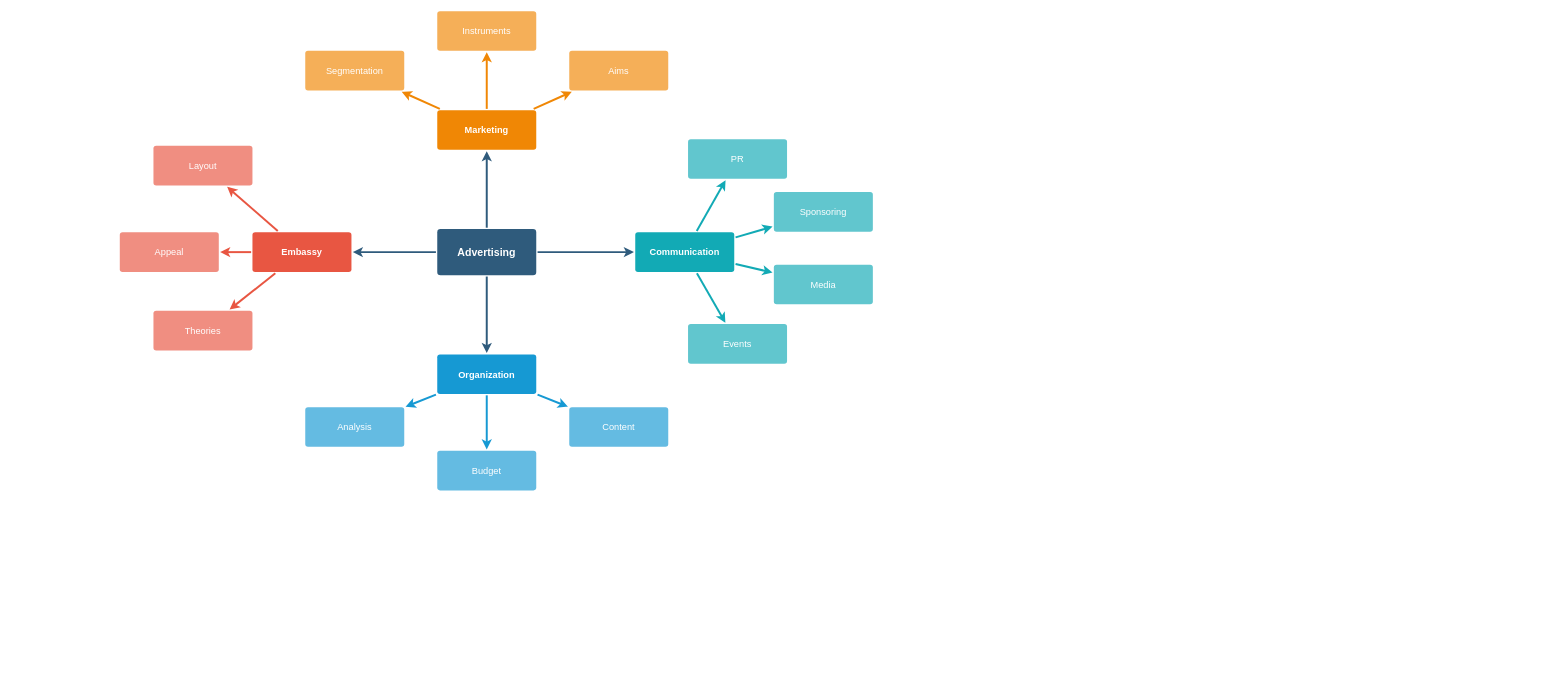
Before: 3d.drawio in Harekaze-Misakiakeno/uml, a draw.io diagram. Source tidied: cells renumbered, new cells numbered last; positions are measured from the earlier drawing's top-left corner, leaving out a move shared by most shapes. Both pictures are drawn from the tidied source at 66%, with x=0, y=0 at pixel (119, 11).
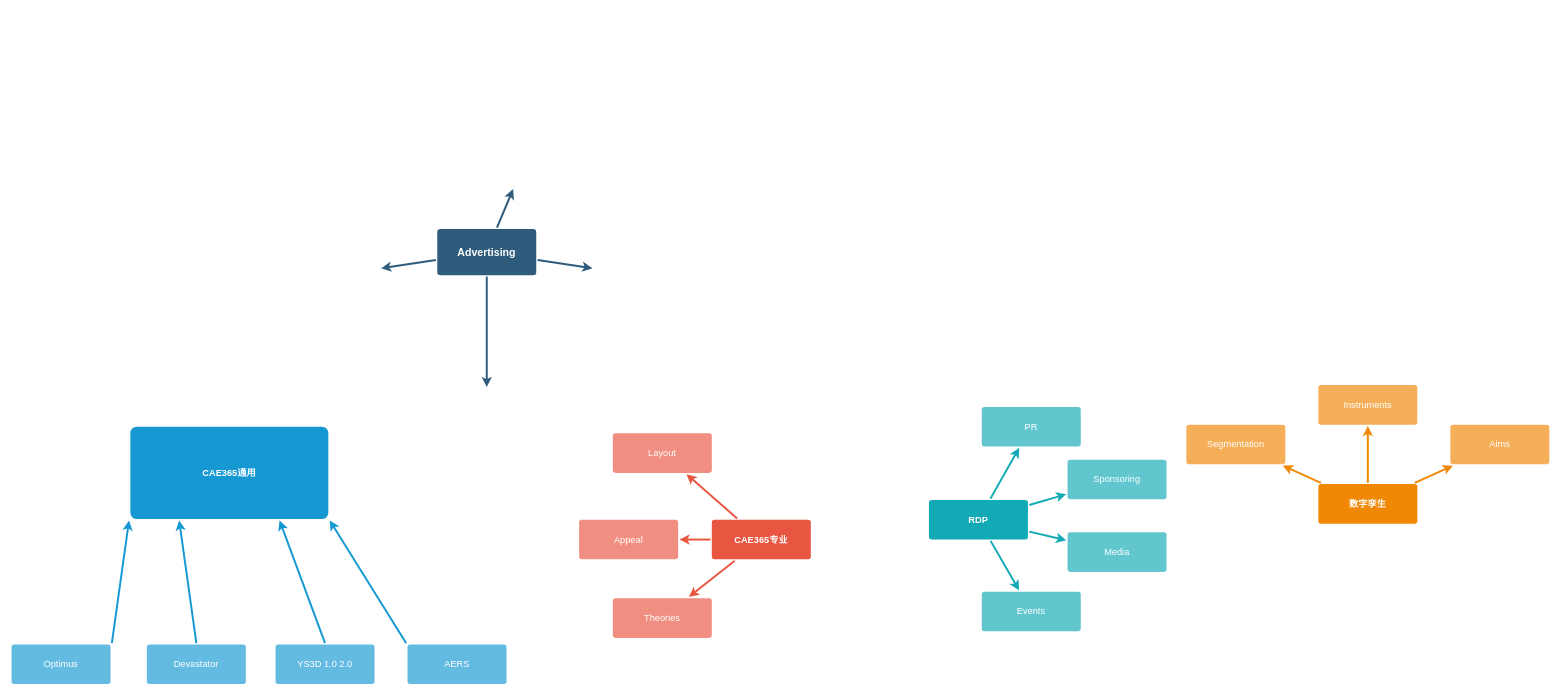
The same diagram, later.

The change refers to these unchanged cells:
```xml
<mxCell id="6" value="Advertising" style="rounded=1;whiteSpace=wrap;html=1;shadow=0;labelBackgroundColor=none;strokeColor=none;strokeWidth=3;fillColor=#2F5B7C;fontFamily=Helvetica;fontSize=16;fontColor=#FFFFFF;align=center;fontStyle=1;spacing=5;arcSize=7;perimeterSpacing=2;" parent="1" vertex="1">
  <mxGeometry x="481" y="330.5" width="150" height="70" as="geometry" />
</mxCell>
```

What changed in the source:
```diff
@@
-    <mxCell id="2" style="edgeStyle=none;rounded=0;jumpStyle=none;html=1;shadow=0;labelBackgroundColor=none;startArrow=none;startFill=0;endArrow=classic;endFill=1;jettySize=auto;strokeColor=#2F5B7C;strokeWidth=3;fontFamily=Helvetica;fontSize=16;fontColor=#23445D;spacing=5;" parent="1" edge="1" source="6" target="21">
-      <mxGeometry relative="1" as="geometry" />
+    <mxCell id="2" style="edgeStyle=none;rounded=0;jumpStyle=none;html=1;shadow=0;labelBackgroundColor=none;startArrow=none;startFill=0;endArrow=classic;endFill=1;jettySize=auto;strokeColor=#2F5B7C;strokeWidth=3;fontFamily=Helvetica;fontSize=16;fontColor=#23445D;spacing=5;" parent="1" edge="1" source="6">
+      <mxGeometry relative="1" as="geometry">
+        <mxPoint x="596" y="270" as="targetPoint" />
+      </mxGeometry>
     </mxCell>
-    <mxCell id="3" style="edgeStyle=none;rounded=0;jumpStyle=none;html=1;shadow=0;labelBackgroundColor=none;startArrow=none;startFill=0;endArrow=classic;endFill=1;jettySize=auto;strokeColor=#2F5B7C;strokeWidth=3;fontFamily=Helvetica;fontSize=16;fontColor=#23445D;spacing=5;" parent="1" edge="1" source="6" target="28">
-      <mxGeometry relative="1" as="geometry" />
+    <mxCell id="3" style="edgeStyle=none;rounded=0;jumpStyle=none;html=1;shadow=0;labelBackgroundColor=none;startArrow=none;startFill=0;endArrow=classic;endFill=1;jettySize=auto;strokeColor=#2F5B7C;strokeWidth=3;fontFamily=Helvetica;fontSize=16;fontColor=#23445D;spacing=5;" parent="1" edge="1" source="6">
+      <mxGeometry relative="1" as="geometry">
+        <mxPoint x="716" y="390" as="targetPoint" />
+      </mxGeometry>
     </mxCell>
-    <mxCell id="4" style="edgeStyle=none;rounded=0;jumpStyle=none;html=1;shadow=0;labelBackgroundColor=none;startArrow=none;startFill=0;endArrow=classic;endFill=1;jettySize=auto;strokeColor=#2F5B7C;strokeWidth=3;fontFamily=Helvetica;fontSize=16;fontColor=#23445D;spacing=5;" parent="1" edge="1" source="6" target="17">
-      <mxGeometry relative="1" as="geometry" />
+    <mxCell id="4" style="edgeStyle=none;rounded=0;jumpStyle=none;html=1;shadow=0;labelBackgroundColor=none;startArrow=none;startFill=0;endArrow=classic;endFill=1;jettySize=auto;strokeColor=#2F5B7C;strokeWidth=3;fontFamily=Helvetica;fontSize=16;fontColor=#23445D;spacing=5;" parent="1" edge="1" source="6">
+      <mxGeometry relative="1" as="geometry">
+        <mxPoint x="556" y="570" as="targetPoint" />
+      </mxGeometry>
     </mxCell>
-    <mxCell id="5" style="edgeStyle=none;rounded=0;jumpStyle=none;html=1;shadow=0;labelBackgroundColor=none;startArrow=none;startFill=0;endArrow=classic;endFill=1;jettySize=auto;strokeColor=#2F5B7C;strokeWidth=3;fontFamily=Helvetica;fontSize=16;fontColor=#23445D;spacing=5;" parent="1" edge="1" source="6" target="10">
-      <mxGeometry relative="1" as="geometry" />
+    <mxCell id="5" style="edgeStyle=none;rounded=0;jumpStyle=none;html=1;shadow=0;labelBackgroundColor=none;startArrow=none;startFill=0;endArrow=classic;endFill=1;jettySize=auto;strokeColor=#2F5B7C;strokeWidth=3;fontFamily=Helvetica;fontSize=16;fontColor=#23445D;spacing=5;" parent="1" edge="1" source="6">
+      <mxGeometry relative="1" as="geometry">
+        <mxPoint x="396" y="390" as="targetPoint" />
+      </mxGeometry>
     </mxCell>
@@
-    <mxCell id="10" value="Embassy" style="rounded=1;whiteSpace=wrap;html=1;shadow=0;labelBackgroundColor=none;strokeColor=none;strokeWidth=3;fillColor=#e85642;fontFamily=Helvetica;fontSize=14;fontColor=#FFFFFF;align=center;spacing=5;fontStyle=1;arcSize=7;perimeterSpacing=2;" parent="1" vertex="1">
-      <mxGeometry x="201" y="335.5" width="150" height="60" as="geometry" />
+    <mxCell id="10" value="CAE365专业" style="rounded=1;whiteSpace=wrap;html=1;shadow=0;labelBackgroundColor=none;strokeColor=none;strokeWidth=3;fillColor=#e85642;fontFamily=Helvetica;fontSize=14;fontColor=#FFFFFF;align=center;spacing=5;fontStyle=1;arcSize=7;perimeterSpacing=2;" parent="1" vertex="1">
+      <mxGeometry x="897" y="771" width="150" height="60" as="geometry" />
     </mxCell>
     <mxCell id="11" value="Theories" style="rounded=1;whiteSpace=wrap;html=1;shadow=0;labelBackgroundColor=none;strokeColor=none;strokeWidth=3;fillColor=#f08e81;fontFamily=Helvetica;fontSize=14;fontColor=#FFFFFF;align=center;spacing=5;fontStyle=0;arcSize=7;perimeterSpacing=2;" parent="1" vertex="1">
-      <mxGeometry x="51" y="454.5" width="150" height="60" as="geometry" />
+      <mxGeometry x="747" y="890" width="150" height="60" as="geometry" />
     </mxCell>
     <mxCell id="12" value="Appeal" style="rounded=1;whiteSpace=wrap;html=1;shadow=0;labelBackgroundColor=none;strokeColor=none;strokeWidth=3;fillColor=#f08e81;fontFamily=Helvetica;fontSize=14;fontColor=#FFFFFF;align=center;spacing=5;fontStyle=0;arcSize=7;perimeterSpacing=2;" parent="1" vertex="1">
-      <mxGeometry y="335.5" width="150" height="60" as="geometry" />
+      <mxGeometry x="696" y="771" width="150" height="60" as="geometry" />
     </mxCell>
     <mxCell id="13" value="Layout" style="rounded=1;whiteSpace=wrap;html=1;shadow=0;labelBackgroundColor=none;strokeColor=none;strokeWidth=3;fillColor=#f08e81;fontFamily=Helvetica;fontSize=14;fontColor=#FFFFFF;align=center;spacing=5;fontStyle=0;arcSize=7;perimeterSpacing=2;" parent="1" vertex="1">
-      <mxGeometry x="51" y="204.5" width="150" height="60" as="geometry" />
+      <mxGeometry x="747" y="640" width="150" height="60" as="geometry" />
     </mxCell>
-    <mxCell id="14" style="edgeStyle=none;rounded=0;jumpStyle=none;html=1;shadow=0;labelBackgroundColor=none;startArrow=none;startFill=0;endArrow=classic;endFill=1;jettySize=auto;strokeColor=#1699D3;strokeWidth=3;fontFamily=Helvetica;fontSize=14;fontColor=#FFFFFF;spacing=5;" parent="1" edge="1" source="17" target="20">
+    <mxCell id="14" style="edgeStyle=none;rounded=0;jumpStyle=none;html=1;shadow=0;labelBackgroundColor=none;startArrow=none;startFill=0;endArrow=classic;endFill=1;jettySize=auto;strokeColor=#1699D3;strokeWidth=3;fontFamily=Helvetica;fontSize=14;fontColor=#FFFFFF;spacing=5;exitX=1;exitY=0;exitDx=0;exitDy=0;entryX=0;entryY=1;entryDx=0;entryDy=0;" parent="1" edge="1" source="20" target="17">
       <mxGeometry relative="1" as="geometry" />
     </mxCell>
-    <mxCell id="15" style="edgeStyle=none;rounded=0;jumpStyle=none;html=1;shadow=0;labelBackgroundColor=none;startArrow=none;startFill=0;endArrow=classic;endFill=1;jettySize=auto;strokeColor=#1699D3;strokeWidth=3;fontFamily=Helvetica;fontSize=14;fontColor=#FFFFFF;spacing=5;" parent="1" edge="1" source="17" target="19">
+    <mxCell id="15" style="edgeStyle=none;rounded=0;jumpStyle=none;html=1;shadow=0;labelBackgroundColor=none;startArrow=none;startFill=0;endArrow=classic;endFill=1;jettySize=auto;strokeColor=#1699D3;strokeWidth=3;fontFamily=Helvetica;fontSize=14;fontColor=#FFFFFF;spacing=5;entryX=0.25;entryY=1;entryDx=0;entryDy=0;exitX=0.5;exitY=0;exitDx=0;exitDy=0;" parent="1" edge="1" source="19" target="17">
       <mxGeometry relative="1" as="geometry" />
     </mxCell>
-    <mxCell id="16" style="edgeStyle=none;rounded=0;jumpStyle=none;html=1;shadow=0;labelBackgroundColor=none;startArrow=none;startFill=0;endArrow=classic;endFill=1;jettySize=auto;strokeColor=#1699D3;strokeWidth=3;fontFamily=Helvetica;fontSize=14;fontColor=#FFFFFF;spacing=5;" parent="1" edge="1" source="17" target="18">
+    <mxCell id="16" style="edgeStyle=none;rounded=0;jumpStyle=none;html=1;shadow=0;labelBackgroundColor=none;startArrow=none;startFill=0;endArrow=classic;endFill=1;jettySize=auto;strokeColor=#1699D3;strokeWidth=3;fontFamily=Helvetica;fontSize=14;fontColor=#FFFFFF;spacing=5;entryX=1;entryY=1;entryDx=0;entryDy=0;exitX=0;exitY=0;exitDx=0;exitDy=0;" parent="1" edge="1" source="18" target="17">
       <mxGeometry relative="1" as="geometry" />
     </mxCell>
-    <mxCell id="17" value="Organization" style="rounded=1;whiteSpace=wrap;html=1;shadow=0;labelBackgroundColor=none;strokeColor=none;strokeWidth=3;fillColor=#1699d3;fontFamily=Helvetica;fontSize=14;fontColor=#FFFFFF;align=center;spacing=5;fontStyle=1;arcSize=7;perimeterSpacing=2;" parent="1" vertex="1">
-      <mxGeometry x="481" y="520.5" width="150" height="60" as="geometry" />
+    <mxCell id="17" value="CAE365通用" style="rounded=1;whiteSpace=wrap;html=1;shadow=0;labelBackgroundColor=none;strokeColor=none;strokeWidth=3;fillColor=#1699d3;fontFamily=Helvetica;fontSize=14;fontColor=#FFFFFF;align=center;spacing=5;fontStyle=1;arcSize=7;perimeterSpacing=2;" parent="1" vertex="1">
+      <mxGeometry x="16" y="630" width="300" height="140" as="geometry" />
     </mxCell>
-    <mxCell id="18" value="Content" style="rounded=1;whiteSpace=wrap;html=1;shadow=0;labelBackgroundColor=none;strokeColor=none;strokeWidth=3;fillColor=#64bbe2;fontFamily=Helvetica;fontSize=14;fontColor=#FFFFFF;align=center;spacing=5;arcSize=7;perimeterSpacing=2;" parent="1" vertex="1">
-      <mxGeometry x="681" y="600.5" width="150" height="60" as="geometry" />
+    <mxCell id="18" value="&lt;div&gt;AERS&lt;/div&gt;" style="rounded=1;whiteSpace=wrap;html=1;shadow=0;labelBackgroundColor=none;strokeColor=none;strokeWidth=3;fillColor=#64bbe2;fontFamily=Helvetica;fontSize=14;fontColor=#FFFFFF;align=center;spacing=5;arcSize=7;perimeterSpacing=2;" parent="1" vertex="1">
+      <mxGeometry x="436" y="960" width="150" height="60" as="geometry" />
     </mxCell>
-    <mxCell id="19" value="Budget" style="rounded=1;whiteSpace=wrap;html=1;shadow=0;labelBackgroundColor=none;strokeColor=none;strokeWidth=3;fillColor=#64bbe2;fontFamily=Helvetica;fontSize=14;fontColor=#FFFFFF;align=center;spacing=5;arcSize=7;perimeterSpacing=2;" parent="1" vertex="1">
-      <mxGeometry x="481" y="666.5" width="150" height="60" as="geometry" />
+    <mxCell id="19" value="&lt;div&gt;Devastator&lt;/div&gt;" style="rounded=1;whiteSpace=wrap;html=1;shadow=0;labelBackgroundColor=none;strokeColor=none;strokeWidth=3;fillColor=#64bbe2;fontFamily=Helvetica;fontSize=14;fontColor=#FFFFFF;align=center;spacing=5;arcSize=7;perimeterSpacing=2;" parent="1" vertex="1">
+      <mxGeometry x="41" y="960" width="150" height="60" as="geometry" />
     </mxCell>
-    <mxCell id="20" value="Analysis" style="rounded=1;whiteSpace=wrap;html=1;shadow=0;labelBackgroundColor=none;strokeColor=none;strokeWidth=3;fillColor=#64bbe2;fontFamily=Helvetica;fontSize=14;fontColor=#FFFFFF;align=center;spacing=5;arcSize=7;perimeterSpacing=2;" parent="1" vertex="1">
-      <mxGeometry x="281" y="600.5" width="150" height="60" as="geometry" />
+    <mxCell id="20" value="&lt;div&gt;Optimus&lt;/div&gt;" style="rounded=1;whiteSpace=wrap;html=1;shadow=0;labelBackgroundColor=none;strokeColor=none;strokeWidth=3;fillColor=#64bbe2;fontFamily=Helvetica;fontSize=14;fontColor=#FFFFFF;align=center;spacing=5;arcSize=7;perimeterSpacing=2;" parent="1" vertex="1">
+      <mxGeometry x="-164" y="960" width="150" height="60" as="geometry" />
     </mxCell>
-    <mxCell id="21" value="Marketing" style="rounded=1;whiteSpace=wrap;html=1;shadow=0;labelBackgroundColor=none;strokeColor=none;strokeWidth=3;fillColor=#F08705;fontFamily=Helvetica;fontSize=14;fontColor=#FFFFFF;align=center;spacing=5;fontStyle=1;arcSize=7;perimeterSpacing=2;" parent="1" vertex="1">
-      <mxGeometry x="481" y="150.5" width="150" height="60" as="geometry" />
+    <mxCell id="21" value="数字孪生" style="rounded=1;whiteSpace=wrap;html=1;shadow=0;labelBackgroundColor=none;strokeColor=none;strokeWidth=3;fillColor=#F08705;fontFamily=Helvetica;fontSize=14;fontColor=#FFFFFF;align=center;spacing=5;fontStyle=1;arcSize=7;perimeterSpacing=2;" parent="1" vertex="1">
+      <mxGeometry x="1816" y="717" width="150" height="60" as="geometry" />
     </mxCell>
     <mxCell id="22" value="Aims&lt;br&gt;" style="rounded=1;whiteSpace=wrap;html=1;shadow=0;labelBackgroundColor=none;strokeColor=none;strokeWidth=3;fillColor=#f5af58;fontFamily=Helvetica;fontSize=14;fontColor=#FFFFFF;align=center;spacing=5;arcSize=7;perimeterSpacing=2;" parent="1" vertex="1">
-      <mxGeometry x="681" y="60.5" width="150" height="60" as="geometry" />
+      <mxGeometry x="2016" y="627" width="150" height="60" as="geometry" />
     </mxCell>
@@
     <mxCell id="24" value="Instruments" style="rounded=1;whiteSpace=wrap;html=1;shadow=0;labelBackgroundColor=none;strokeColor=none;strokeWidth=3;fillColor=#f5af58;fontFamily=Helvetica;fontSize=14;fontColor=#FFFFFF;align=center;spacing=5;arcSize=7;perimeterSpacing=2;" parent="1" vertex="1">
-      <mxGeometry x="481" y="0.5" width="150" height="60" as="geometry" />
+      <mxGeometry x="1816" y="567" width="150" height="60" as="geometry" />
     </mxCell>
@@
     <mxCell id="26" value="Segmentation" style="rounded=1;whiteSpace=wrap;html=1;shadow=0;labelBackgroundColor=none;strokeColor=none;strokeWidth=3;fillColor=#f5af58;fontFamily=Helvetica;fontSize=14;fontColor=#FFFFFF;align=center;spacing=5;arcSize=7;perimeterSpacing=2;" parent="1" vertex="1">
-      <mxGeometry x="281" y="60.5" width="150" height="60" as="geometry" />
+      <mxGeometry x="1616" y="627" width="150" height="60" as="geometry" />
     </mxCell>
@@
-    <mxCell id="28" value="Communication" style="rounded=1;whiteSpace=wrap;html=1;shadow=0;labelBackgroundColor=none;strokeColor=none;strokeWidth=3;fillColor=#12aab5;fontFamily=Helvetica;fontSize=14;fontColor=#FFFFFF;align=center;spacing=5;fontStyle=1;arcSize=7;perimeterSpacing=2;" parent="1" vertex="1">
-      <mxGeometry x="781" y="335.5" width="150" height="60" as="geometry" />
+    <mxCell id="28" value="RDP" style="rounded=1;whiteSpace=wrap;html=1;shadow=0;labelBackgroundColor=none;strokeColor=none;strokeWidth=3;fillColor=#12aab5;fontFamily=Helvetica;fontSize=14;fontColor=#FFFFFF;align=center;spacing=5;fontStyle=1;arcSize=7;perimeterSpacing=2;" parent="1" vertex="1">
+      <mxGeometry x="1226" y="741" width="150" height="60" as="geometry" />
     </mxCell>
     <mxCell id="29" value="Events" style="rounded=1;whiteSpace=wrap;html=1;shadow=0;labelBackgroundColor=none;strokeColor=none;strokeWidth=3;fillColor=#61c6ce;fontFamily=Helvetica;fontSize=14;fontColor=#FFFFFF;align=center;spacing=5;fontStyle=0;arcSize=7;perimeterSpacing=2;" parent="1" vertex="1">
-      <mxGeometry x="861" y="474.5" width="150" height="60" as="geometry" />
+      <mxGeometry x="1306" y="880" width="150" height="60" as="geometry" />
     </mxCell>
@@
     <mxCell id="31" value="Media" style="rounded=1;whiteSpace=wrap;html=1;shadow=0;labelBackgroundColor=none;strokeColor=none;strokeWidth=3;fillColor=#61c6ce;fontFamily=Helvetica;fontSize=14;fontColor=#FFFFFF;align=center;spacing=5;fontStyle=0;arcSize=7;perimeterSpacing=2;" parent="1" vertex="1">
-      <mxGeometry x="991" y="384.5" width="150" height="60" as="geometry" />
+      <mxGeometry x="1436" y="790" width="150" height="60" as="geometry" />
     </mxCell>
@@
     <mxCell id="33" value="Sponsoring" style="rounded=1;whiteSpace=wrap;html=1;shadow=0;labelBackgroundColor=none;strokeColor=none;strokeWidth=3;fillColor=#61c6ce;fontFamily=Helvetica;fontSize=14;fontColor=#FFFFFF;align=center;spacing=5;fontStyle=0;arcSize=7;perimeterSpacing=2;" parent="1" vertex="1">
-      <mxGeometry x="991" y="274.5" width="150" height="60" as="geometry" />
+      <mxGeometry x="1436" y="680" width="150" height="60" as="geometry" />
     </mxCell>
@@
     <mxCell id="35" value="PR" style="rounded=1;whiteSpace=wrap;html=1;shadow=0;labelBackgroundColor=none;strokeColor=none;strokeWidth=3;fillColor=#61c6ce;fontFamily=Helvetica;fontSize=14;fontColor=#FFFFFF;align=center;spacing=5;fontStyle=0;arcSize=7;perimeterSpacing=2;" parent="1" vertex="1">
-      <mxGeometry x="861" y="194.5" width="150" height="60" as="geometry" />
+      <mxGeometry x="1306" y="600" width="150" height="60" as="geometry" />
     </mxCell>
@@
+    <mxCell id="37" value="&lt;div&gt;YS3D 1.0 2.0&lt;/div&gt;" style="rounded=1;whiteSpace=wrap;html=1;shadow=0;labelBackgroundColor=none;strokeColor=none;strokeWidth=3;fillColor=#64bbe2;fontFamily=Helvetica;fontSize=14;fontColor=#FFFFFF;align=center;spacing=5;arcSize=7;perimeterSpacing=2;" parent="1" vertex="1">
+      <mxGeometry x="236" y="960" width="150" height="60" as="geometry" />
+    </mxCell>
+    <mxCell id="38" style="edgeStyle=none;rounded=0;jumpStyle=none;html=1;shadow=0;labelBackgroundColor=none;startArrow=none;startFill=0;endArrow=classic;endFill=1;jettySize=auto;strokeColor=#1699D3;strokeWidth=3;fontFamily=Helvetica;fontSize=14;fontColor=#FFFFFF;spacing=5;entryX=0.75;entryY=1;entryDx=0;entryDy=0;exitX=0.5;exitY=0;exitDx=0;exitDy=0;" parent="1" edge="1" source="37" target="17">
+      <mxGeometry relative="1" as="geometry" />
+    </mxCell>
```
